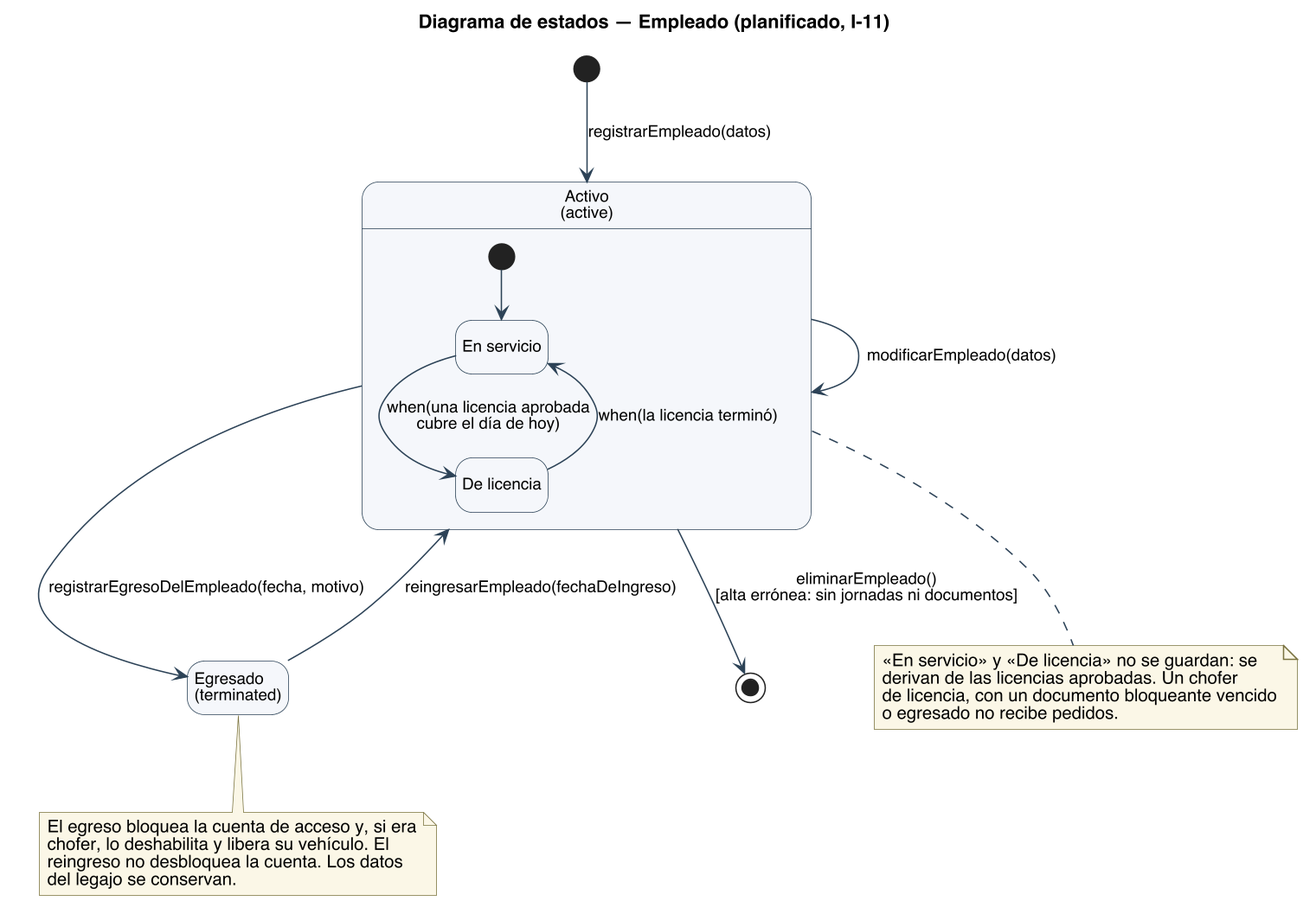
Before: diagramas/uml/UML_Estados_Empleado.png, a diagram exported from PlantUML (Nahuelito-Dev/splg-docs). The source it was exported from:
```plantuml
@startuml
title Diagrama de estados — Empleado (planificado, I-11)
skinparam backgroundColor #FFFFFF
skinparam shadowing false
skinparam defaultFontName Helvetica
skinparam defaultFontSize 13
skinparam dpi 150
skinparam ArrowColor #2C4257
skinparam state {
  BorderColor #2C4257
  BackgroundColor #F4F7FA
  StartColor #2C4257
  EndColor #2C4257
  AttributeFontSize 12
}
skinparam ArrowFontSize 12
skinparam NoteBackgroundColor #FBF7E6
skinparam NoteBorderColor #7A7340
hide empty description
state "Activo\n(active)" as ACTIVE {
  state "En servicio" as EN_SERVICIO
  state "De licencia" as DE_LICENCIA
  [*] --> EN_SERVICIO
  EN_SERVICIO --> DE_LICENCIA : when(una licencia aprobada\ncubre el día de hoy)
  DE_LICENCIA --> EN_SERVICIO : when(la licencia terminó)
}
state "Egresado\n(terminated)" as TERMINATED

[*] --> ACTIVE : registrarEmpleado(datos)
ACTIVE --> ACTIVE : modificarEmpleado(datos)
ACTIVE --> TERMINATED : registrarEgresoDelEmpleado(fecha, motivo)
TERMINATED --> ACTIVE : reingresarEmpleado(fechaDeIngreso)
ACTIVE --> [*] : eliminarEmpleado()\n[alta errónea: sin jornadas ni documentos]

note bottom of TERMINATED
  El egreso bloquea la cuenta de acceso y, si era
  chofer, lo deshabilita y libera su vehículo. El
  reingreso no desbloquea la cuenta. Los datos
  del legajo se conservan.
end note
note bottom of ACTIVE
  «En servicio» y «De licencia» no se guardan: se
  derivan de las licencias aprobadas. Un chofer
  de licencia, con un documento bloqueante vencido
  o egresado no recibe pedidos.
end note
@enduml
```
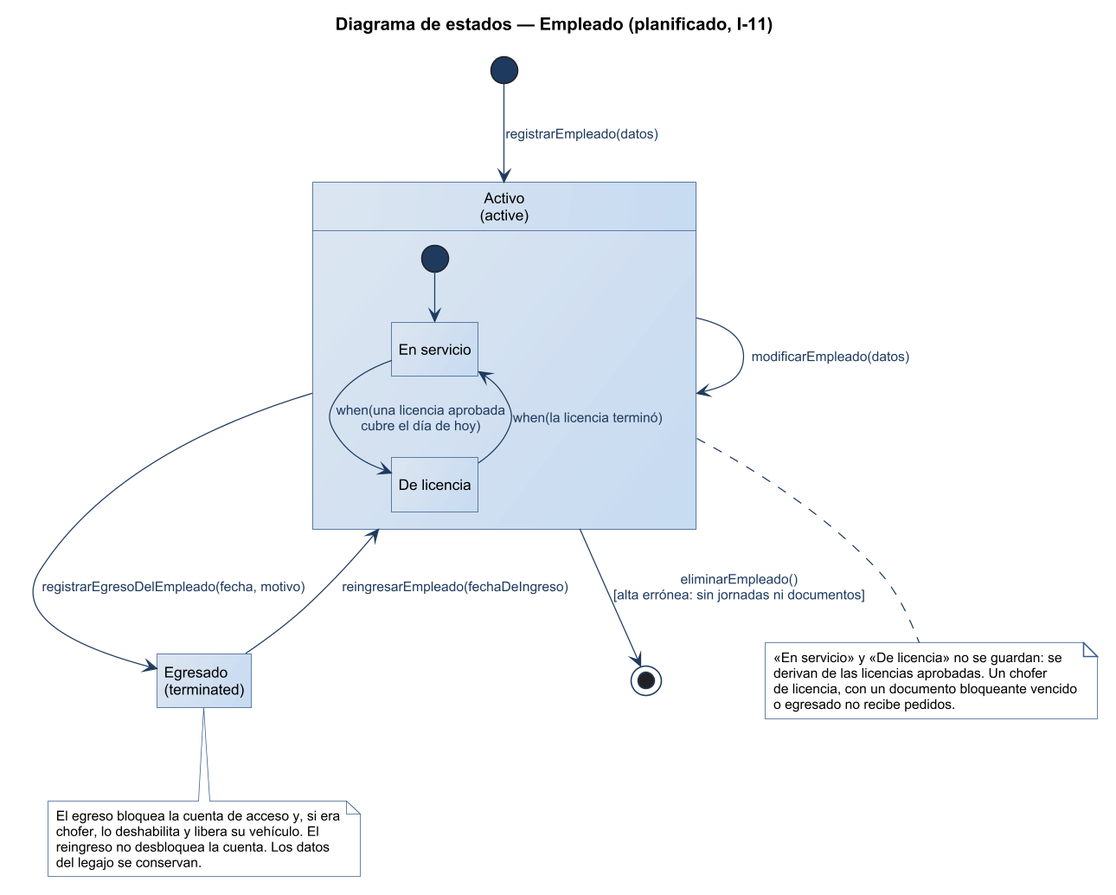
The same diagram one commit later.

Diff of the diagram source:
```diff
@@ -1,21 +1,6 @@
 @startuml
 title Diagrama de estados — Empleado (planificado, I-11)
-skinparam backgroundColor #FFFFFF
-skinparam shadowing false
-skinparam defaultFontName Helvetica
-skinparam defaultFontSize 13
-skinparam dpi 150
-skinparam ArrowColor #2C4257
-skinparam state {
-  BorderColor #2C4257
-  BackgroundColor #F4F7FA
-  StartColor #2C4257
-  EndColor #2C4257
-  AttributeFontSize 12
-}
-skinparam ArrowFontSize 12
-skinparam NoteBackgroundColor #FBF7E6
-skinparam NoteBorderColor #7A7340
+!include ../estilo-vp.iuml
 hide empty description
 state "Activo\n(active)" as ACTIVE {
   state "En servicio" as EN_SERVICIO
```
